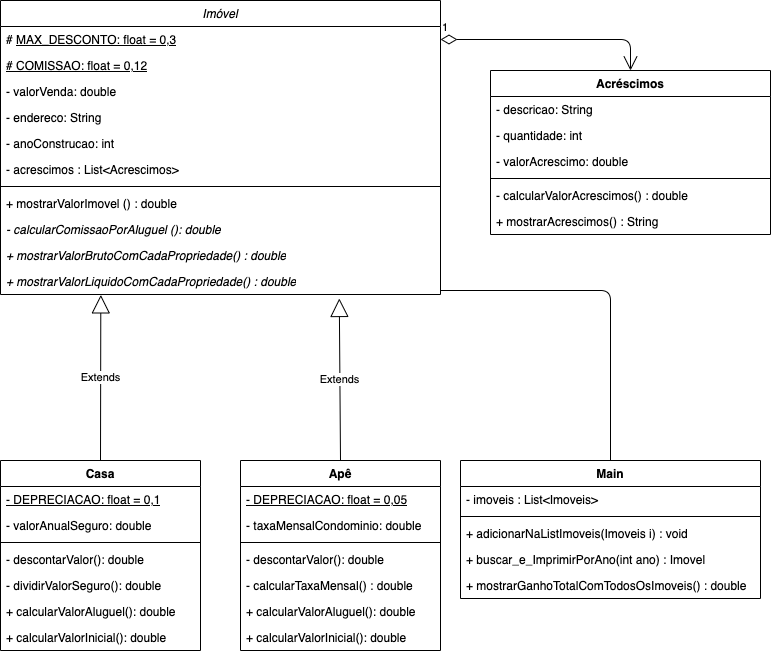
Earlier version of the draw.io export Docs/DiagClasseImobiliaria.drawio.png (ericdiniz/PM_Exerc_Condominio_seguro). Source tidied: cells renumbered, new cells last; positions are measured from the earlier drawing's top-left corner, leaving out a move shared by most shapes.
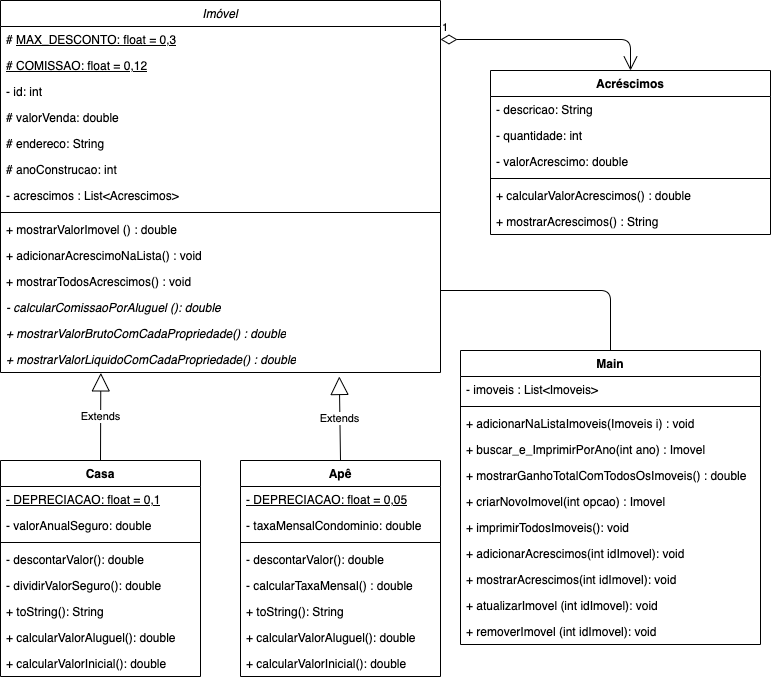
After the commit.

Commit message:
adição do diagrama em png e codigo pronto

Change to the diagram source:
```diff
@@ -3,7 +3,7 @@
     <mxCell id="0" />
     <mxCell id="1" parent="0" />
     <mxCell id="2" value="&lt;i style=&quot;font-weight: normal;&quot;&gt;Imóvel&lt;/i&gt;" style="swimlane;fontStyle=1;align=center;verticalAlign=top;horizontal=1;startSize=26;whiteSpace=wrap;html=1;" parent="1" vertex="1">
-      <mxGeometry width="440" height="294" as="geometry" />
+      <mxGeometry width="440" height="372" as="geometry" />
     </mxCell>
     <mxCell id="3" value="#&amp;nbsp;&lt;u&gt;MAX_DESCONTO: float = 0,3&lt;/u&gt;" style="text;strokeColor=none;fillColor=none;align=left;verticalAlign=top;spacingLeft=4;spacingRight=4;overflow=hidden;points=[[0,0.5],[1,0.5]];portConstraint=eastwest;whiteSpace=wrap;html=1;" parent="2" vertex="1">
       <mxGeometry y="26" width="440" height="26" as="geometry" />
@@ -11,35 +11,44 @@
     <mxCell id="4" value="&lt;u&gt;# COMISSAO: float = 0,12&lt;/u&gt;" style="text;strokeColor=none;fillColor=none;align=left;verticalAlign=top;spacingLeft=4;spacingRight=4;overflow=hidden;whiteSpace=wrap;html=1;" parent="2" vertex="1">
       <mxGeometry y="52" width="440" height="26" as="geometry" />
     </mxCell>
+    <mxCell id="47" value="- id: int" style="text;strokeColor=none;fillColor=none;align=left;verticalAlign=top;spacingLeft=4;spacingRight=4;overflow=hidden;whiteSpace=wrap;html=1;" parent="2" vertex="1">
+      <mxGeometry y="78" width="440" height="26" as="geometry" />
+    </mxCell>
-    <mxCell id="5" value="- valorVenda: double" style="text;strokeColor=none;fillColor=none;align=left;verticalAlign=top;spacingLeft=4;spacingRight=4;overflow=hidden;whiteSpace=wrap;html=1;" parent="2" vertex="1">
-      <mxGeometry y="78" width="440" height="26" as="geometry" />
+    <mxCell id="5" value="# valorVenda: double" style="text;strokeColor=none;fillColor=none;align=left;verticalAlign=top;spacingLeft=4;spacingRight=4;overflow=hidden;whiteSpace=wrap;html=1;" parent="2" vertex="1">
+      <mxGeometry y="104" width="440" height="26" as="geometry" />
     </mxCell>
-    <mxCell id="6" value="- endereco: String" style="text;strokeColor=none;fillColor=none;align=left;verticalAlign=top;spacingLeft=4;spacingRight=4;overflow=hidden;whiteSpace=wrap;html=1;" parent="2" vertex="1">
-      <mxGeometry y="104" width="440" height="26" as="geometry" />
+    <mxCell id="6" value="#&amp;nbsp;endereco: String" style="text;strokeColor=none;fillColor=none;align=left;verticalAlign=top;spacingLeft=4;spacingRight=4;overflow=hidden;whiteSpace=wrap;html=1;" parent="2" vertex="1">
+      <mxGeometry y="130" width="440" height="26" as="geometry" />
     </mxCell>
-    <mxCell id="7" value="- anoConstrucao: int" style="text;strokeColor=none;fillColor=none;align=left;verticalAlign=top;spacingLeft=4;spacingRight=4;overflow=hidden;whiteSpace=wrap;html=1;" parent="2" vertex="1">
-      <mxGeometry y="130" width="440" height="26" as="geometry" />
+    <mxCell id="7" value="#&amp;nbsp;anoConstrucao: int" style="text;strokeColor=none;fillColor=none;align=left;verticalAlign=top;spacingLeft=4;spacingRight=4;overflow=hidden;whiteSpace=wrap;html=1;" parent="2" vertex="1">
+      <mxGeometry y="156" width="440" height="26" as="geometry" />
     </mxCell>
     <mxCell id="8" value="- acrescimos : List&amp;lt;Acrescimos&amp;gt;" style="text;strokeColor=none;fillColor=none;align=left;verticalAlign=top;spacingLeft=4;spacingRight=4;overflow=hidden;whiteSpace=wrap;html=1;" parent="2" vertex="1">
-      <mxGeometry y="156" width="440" height="26" as="geometry" />
+      <mxGeometry y="182" width="440" height="26" as="geometry" />
     </mxCell>
     <mxCell id="9" style="line;strokeWidth=1;fillColor=none;align=left;verticalAlign=middle;spacingTop=-1;spacingLeft=3;spacingRight=3;labelPosition=right;strokeColor=inherit;" parent="2" vertex="1">
-      <mxGeometry y="182" width="440" height="8" as="geometry" />
+      <mxGeometry y="208" width="440" height="8" as="geometry" />
     </mxCell>
     <mxCell id="10" value="+ mostrarValorImovel () : double" style="text;strokeColor=none;fillColor=none;align=left;verticalAlign=top;spacingLeft=4;spacingRight=4;overflow=hidden;whiteSpace=wrap;html=1;" parent="2" vertex="1">
-      <mxGeometry y="190" width="440" height="26" as="geometry" />
+      <mxGeometry y="216" width="440" height="26" as="geometry" />
     </mxCell>
+    <mxCell id="48" value="+ adicionarAcrescimoNaLista() : void" style="text;strokeColor=none;fillColor=none;align=left;verticalAlign=top;spacingLeft=4;spacingRight=4;overflow=hidden;whiteSpace=wrap;html=1;" parent="2" vertex="1">
+      <mxGeometry y="242" width="440" height="26" as="geometry" />
+    </mxCell>
+    <mxCell id="49" value="+ mostrarTodosAcrescimos() : void" style="text;strokeColor=none;fillColor=none;align=left;verticalAlign=top;spacingLeft=4;spacingRight=4;overflow=hidden;whiteSpace=wrap;html=1;" parent="2" vertex="1">
+      <mxGeometry y="268" width="440" height="26" as="geometry" />
+    </mxCell>
     <mxCell id="11" value="&lt;i&gt;- calcularComissaoPorAluguel (): double&lt;/i&gt;" style="text;strokeColor=none;fillColor=none;align=left;verticalAlign=top;spacingLeft=4;spacingRight=4;overflow=hidden;whiteSpace=wrap;html=1;" parent="2" vertex="1">
-      <mxGeometry y="216" width="440" height="26" as="geometry" />
+      <mxGeometry y="294" width="440" height="26" as="geometry" />
     </mxCell>
     <mxCell id="12" value="&lt;i&gt;+ mostrarValorBrutoComCadaPropriedade() : double&lt;/i&gt;" style="text;strokeColor=none;fillColor=none;align=left;verticalAlign=top;spacingLeft=4;spacingRight=4;overflow=hidden;whiteSpace=wrap;html=1;" parent="2" vertex="1">
-      <mxGeometry y="242" width="440" height="26" as="geometry" />
+      <mxGeometry y="320" width="440" height="26" as="geometry" />
     </mxCell>
     <mxCell id="13" value="&lt;i&gt;+ mostrarValorLiquidoComCadaPropriedade() : double&lt;/i&gt;" style="text;strokeColor=none;fillColor=none;align=left;verticalAlign=top;spacingLeft=4;spacingRight=4;overflow=hidden;points=[[0,0.5],[1,0.5]];portConstraint=eastwest;whiteSpace=wrap;html=1;" parent="2" vertex="1">
-      <mxGeometry y="268" width="440" height="26" as="geometry" />
+      <mxGeometry y="346" width="440" height="26" as="geometry" />
     </mxCell>
     <mxCell id="14" value="Casa" style="swimlane;fontStyle=1;align=center;verticalAlign=top;horizontal=1;startSize=26;whiteSpace=wrap;html=1;" parent="1" vertex="1">
-      <mxGeometry y="460" width="200" height="190" as="geometry" />
+      <mxGeometry y="460" width="200" height="216" as="geometry" />
     </mxCell>
     <mxCell id="15" value="&lt;u&gt;- DEPRECIACAO: float = 0,1&lt;/u&gt;" style="text;strokeColor=none;fillColor=none;align=left;verticalAlign=top;spacingLeft=4;spacingRight=4;overflow=hidden;whiteSpace=wrap;html=1;" parent="14" vertex="1">
       <mxGeometry y="26" width="200" height="26" as="geometry" />
@@ -56,14 +65,17 @@
     <mxCell id="19" value="- dividirValorSeguro(): double" style="text;strokeColor=none;fillColor=none;align=left;verticalAlign=top;spacingLeft=4;spacingRight=4;overflow=hidden;whiteSpace=wrap;html=1;" parent="14" vertex="1">
       <mxGeometry y="112" width="200" height="26" as="geometry" />
     </mxCell>
+    <mxCell id="50" value="+ toString(): String" style="text;strokeColor=none;fillColor=none;align=left;verticalAlign=top;spacingLeft=4;spacingRight=4;overflow=hidden;whiteSpace=wrap;html=1;" parent="14" vertex="1">
+      <mxGeometry y="138" width="200" height="26" as="geometry" />
+    </mxCell>
     <mxCell id="20" value="+&amp;nbsp;calcularValorAluguel(): double" style="text;strokeColor=none;fillColor=none;align=left;verticalAlign=top;spacingLeft=4;spacingRight=4;overflow=hidden;whiteSpace=wrap;html=1;" parent="14" vertex="1">
-      <mxGeometry y="138" width="200" height="26" as="geometry" />
+      <mxGeometry y="164" width="200" height="26" as="geometry" />
     </mxCell>
     <mxCell id="21" value="+ calcularValorInicial(): double" style="text;strokeColor=none;fillColor=none;align=left;verticalAlign=top;spacingLeft=4;spacingRight=4;overflow=hidden;whiteSpace=wrap;html=1;" parent="14" vertex="1">
-      <mxGeometry y="164" width="200" height="26" as="geometry" />
+      <mxGeometry y="190" width="200" height="26" as="geometry" />
     </mxCell>
     <mxCell id="22" value="Apê" style="swimlane;fontStyle=1;align=center;verticalAlign=top;horizontal=1;startSize=26;whiteSpace=wrap;html=1;" parent="1" vertex="1">
-      <mxGeometry x="240" y="460" width="200" height="190" as="geometry" />
+      <mxGeometry x="240" y="460" width="200" height="216" as="geometry" />
     </mxCell>
     <mxCell id="23" value="&lt;u style=&quot;border-color: var(--border-color);&quot;&gt;- DEPRECIACAO: float = 0,05&lt;/u&gt;" style="text;strokeColor=none;fillColor=none;align=left;verticalAlign=top;spacingLeft=4;spacingRight=4;overflow=hidden;whiteSpace=wrap;html=1;" parent="22" vertex="1">
       <mxGeometry y="26" width="200" height="26" as="geometry" />
@@ -80,11 +92,14 @@
     <mxCell id="27" value="- calcularTaxaMensal() : double" style="text;strokeColor=none;fillColor=none;align=left;verticalAlign=top;spacingLeft=4;spacingRight=4;overflow=hidden;whiteSpace=wrap;html=1;" parent="22" vertex="1">
       <mxGeometry y="112" width="200" height="26" as="geometry" />
     </mxCell>
+    <mxCell id="51" value="+ toString(): String" style="text;strokeColor=none;fillColor=none;align=left;verticalAlign=top;spacingLeft=4;spacingRight=4;overflow=hidden;whiteSpace=wrap;html=1;" parent="22" vertex="1">
+      <mxGeometry y="138" width="200" height="26" as="geometry" />
+    </mxCell>
     <mxCell id="28" value="+&amp;nbsp;calcularValorAluguel(): double" style="text;strokeColor=none;fillColor=none;align=left;verticalAlign=top;spacingLeft=4;spacingRight=4;overflow=hidden;whiteSpace=wrap;html=1;" parent="22" vertex="1">
-      <mxGeometry y="138" width="200" height="26" as="geometry" />
+      <mxGeometry y="164" width="200" height="26" as="geometry" />
     </mxCell>
     <mxCell id="29" value="+ calcularValorInicial(): double" style="text;strokeColor=none;fillColor=none;align=left;verticalAlign=top;spacingLeft=4;spacingRight=4;overflow=hidden;whiteSpace=wrap;html=1;" parent="22" vertex="1">
-      <mxGeometry y="164" width="200" height="26" as="geometry" />
+      <mxGeometry y="190" width="200" height="26" as="geometry" />
     </mxCell>
     <mxCell id="30" value="Extends" style="endArrow=block;endSize=16;endFill=0;html=1;exitX=0.5;exitY=0;exitDx=0;exitDy=0;entryX=0.228;entryY=1.015;entryDx=0;entryDy=0;entryPerimeter=0;" parent="1" edge="1" source="14" target="13">
       <mxGeometry relative="1" as="geometry" />
@@ -110,14 +125,14 @@
     <mxCell id="37" style="line;strokeWidth=1;fillColor=none;align=left;verticalAlign=middle;spacingTop=-1;spacingLeft=3;spacingRight=3;labelPosition=right;strokeColor=inherit;" parent="33" vertex="1">
       <mxGeometry y="104" width="280" height="8" as="geometry" />
     </mxCell>
-    <mxCell id="38" value="- calcularValorAcrescimos() : double" style="text;strokeColor=none;fillColor=none;align=left;verticalAlign=top;spacingLeft=4;spacingRight=4;overflow=hidden;" parent="33" vertex="1">
+    <mxCell id="38" value="+ calcularValorAcrescimos() : double" style="text;strokeColor=none;fillColor=none;align=left;verticalAlign=top;spacingLeft=4;spacingRight=4;overflow=hidden;" parent="33" vertex="1">
       <mxGeometry y="112" width="280" height="26" as="geometry" />
     </mxCell>
     <mxCell id="39" value="+ mostrarAcrescimos() : String" style="text;strokeColor=none;fillColor=none;align=left;verticalAlign=top;spacingLeft=4;spacingRight=4;overflow=hidden;" parent="33" vertex="1">
       <mxGeometry y="138" width="280" height="26" as="geometry" />
     </mxCell>
     <mxCell id="40" value="Main" style="swimlane;fontStyle=1;align=center;verticalAlign=top;horizontal=1;startSize=26;" parent="1" vertex="1">
-      <mxGeometry x="460" y="460" width="300" height="138" as="geometry" />
+      <mxGeometry x="460" y="350" width="300" height="294" as="geometry" />
     </mxCell>
     <mxCell id="41" value="- imoveis : List&lt;Imoveis&gt;" style="text;strokeColor=none;fillColor=none;align=left;verticalAlign=top;spacingLeft=4;spacingRight=4;overflow=hidden;" parent="40" vertex="1">
       <mxGeometry y="26" width="300" height="26" as="geometry" />
@@ -125,7 +140,7 @@
     <mxCell id="42" style="line;strokeWidth=1;fillColor=none;align=left;verticalAlign=middle;spacingTop=-1;spacingLeft=3;spacingRight=3;labelPosition=right;strokeColor=inherit;" parent="40" vertex="1">
       <mxGeometry y="52" width="300" height="8" as="geometry" />
     </mxCell>
-    <mxCell id="43" value="+ adicionarNaListImoveis(Imoveis i) : void " style="text;strokeColor=none;fillColor=none;align=left;verticalAlign=top;spacingLeft=4;spacingRight=4;overflow=hidden;" parent="40" vertex="1">
+    <mxCell id="43" value="+ adicionarNaListaImoveis(Imoveis i) : void " style="text;strokeColor=none;fillColor=none;align=left;verticalAlign=top;spacingLeft=4;spacingRight=4;overflow=hidden;" parent="40" vertex="1">
       <mxGeometry y="60" width="300" height="26" as="geometry" />
     </mxCell>
     <mxCell id="44" value="+ buscar_e_ImprimirPorAno(int ano) : Imovel" style="text;strokeColor=none;fillColor=none;align=left;verticalAlign=top;spacingLeft=4;spacingRight=4;overflow=hidden;" parent="40" vertex="1">
@@ -134,6 +149,24 @@
     <mxCell id="45" value="+ mostrarGanhoTotalComTodosOsImoveis() : double" style="text;strokeColor=none;fillColor=none;align=left;verticalAlign=top;spacingLeft=4;spacingRight=4;overflow=hidden;whiteSpace=wrap;html=1;" parent="40" vertex="1">
       <mxGeometry y="112" width="300" height="26" as="geometry" />
     </mxCell>
+    <mxCell id="52" value="+ criarNovoImovel(int opcao) : Imovel" style="text;strokeColor=none;fillColor=none;align=left;verticalAlign=top;spacingLeft=4;spacingRight=4;overflow=hidden;whiteSpace=wrap;html=1;" parent="40" vertex="1">
+      <mxGeometry y="138" width="300" height="26" as="geometry" />
+    </mxCell>
+    <mxCell id="53" value="+ imprimirTodosImoveis(): void" style="text;strokeColor=none;fillColor=none;align=left;verticalAlign=top;spacingLeft=4;spacingRight=4;overflow=hidden;whiteSpace=wrap;html=1;" parent="40" vertex="1">
+      <mxGeometry y="164" width="300" height="26" as="geometry" />
+    </mxCell>
+    <mxCell id="54" value="+ adicionarAcrescimos(int idImovel): void" style="text;strokeColor=none;fillColor=none;align=left;verticalAlign=top;spacingLeft=4;spacingRight=4;overflow=hidden;whiteSpace=wrap;html=1;" parent="40" vertex="1">
+      <mxGeometry y="190" width="300" height="26" as="geometry" />
+    </mxCell>
+    <mxCell id="55" value="+ mostrarAcrescimos(int idImovel): void" style="text;strokeColor=none;fillColor=none;align=left;verticalAlign=top;spacingLeft=4;spacingRight=4;overflow=hidden;whiteSpace=wrap;html=1;" parent="40" vertex="1">
+      <mxGeometry y="216" width="300" height="26" as="geometry" />
+    </mxCell>
+    <mxCell id="56" value="+ atualizarImovel (int idImovel): void" style="text;strokeColor=none;fillColor=none;align=left;verticalAlign=top;spacingLeft=4;spacingRight=4;overflow=hidden;whiteSpace=wrap;html=1;" parent="40" vertex="1">
+      <mxGeometry y="242" width="300" height="26" as="geometry" />
+    </mxCell>
+    <mxCell id="57" value="+ removerImovel (int idImovel): void" style="text;strokeColor=none;fillColor=none;align=left;verticalAlign=top;spacingLeft=4;spacingRight=4;overflow=hidden;whiteSpace=wrap;html=1;" parent="40" vertex="1">
+      <mxGeometry y="268" width="300" height="26" as="geometry" />
+    </mxCell>
     <mxCell id="46" style="endArrow=none;html=1;elbow=vertical;entryX=0.5;entryY=0;entryDx=0;entryDy=0;" parent="1" edge="1" target="40">
       <mxGeometry relative="1" as="geometry">
         <mxPoint x="440" y="290" as="sourcePoint" />
```
